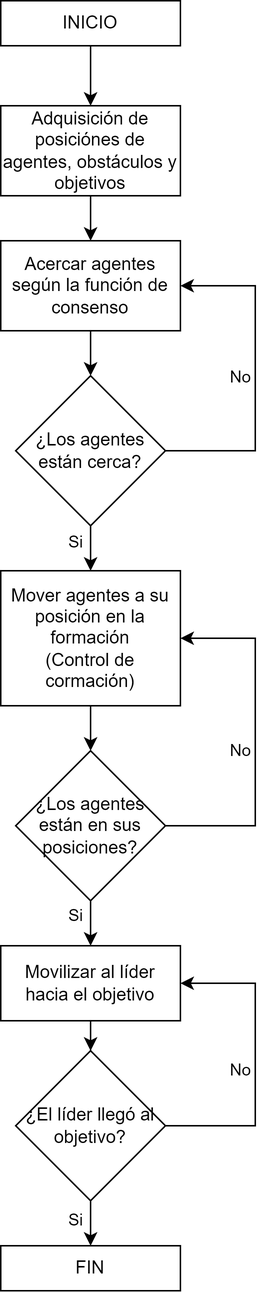
gerardopf/tesis-gerardo keeps this draw.io diagram as tesis_escrito/plantilla-tesis-uvg-2019-v5/figuras/optimizacion/diagrama_supervisor.png. Above is the earlier version. Source tidied: cells renumbered, new cells last; positions are measured from the earlier drawing's top-left corner, leaving out a move shared by most shapes.
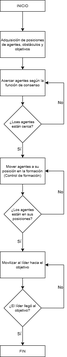
Above is the later version.

What changed in the source:
```diff
@@ -2,107 +2,110 @@
   <root>
     <mxCell id="0" />
     <mxCell id="1" parent="0" />
-    <mxCell id="2" style="edgeStyle=orthogonalEdgeStyle;rounded=0;jettySize=auto;html=1;entryX=0.5;entryY=0;entryDx=0;entryDy=0;" parent="1" edge="1" source="3" target="5">
-      <mxGeometry relative="1" as="geometry" />
-    </mxCell>
+    <mxCell id="27" style="edgeStyle=orthogonalEdgeStyle;rounded=0;jettySize=auto;html=1;entryX=0.5;entryY=0;entryDx=0;entryDy=0;" parent="1" edge="1" source="3" target="34">
+      <mxGeometry relative="1" as="geometry" />
+    </mxCell>
-    <mxCell id="3" value="INICIO" style="rounded=0;whiteSpace=wrap;html=1;" parent="1" vertex="1">
+    <mxCell id="3" value="INICIO" style="rounded=0;whiteSpace=wrap;html=1;fontSize=10;" parent="1" vertex="1">
       <mxGeometry width="120" height="30" as="geometry" />
     </mxCell>
-    <mxCell id="4" style="edgeStyle=orthogonalEdgeStyle;rounded=0;jettySize=auto;html=1;exitX=0.5;exitY=1;exitDx=0;exitDy=0;" parent="1" edge="1" source="5" target="7">
-      <mxGeometry relative="1" as="geometry" />
-    </mxCell>
-    <mxCell id="5" value="Adquisición de posiciónes de agentes, obstáculos y objetivos" style="rounded=0;whiteSpace=wrap;html=1;" parent="1" vertex="1">
-      <mxGeometry y="70" width="120" height="60" as="geometry" />
-    </mxCell>
-    <mxCell id="6" style="edgeStyle=orthogonalEdgeStyle;rounded=0;jettySize=auto;html=1;exitX=0.5;exitY=1;exitDx=0;exitDy=0;entryX=0.5;entryY=0;entryDx=0;entryDy=0;" parent="1" edge="1" source="7" target="12">
-      <mxGeometry relative="1" as="geometry" />
-    </mxCell>
+    <mxCell id="28" style="edgeStyle=orthogonalEdgeStyle;rounded=0;jettySize=auto;html=1;exitX=0.5;exitY=1;exitDx=0;exitDy=0;entryX=0.5;entryY=0;entryDx=0;entryDy=0;" parent="1" edge="1" source="32" target="37">
+      <mxGeometry relative="1" as="geometry" />
+    </mxCell>
+    <mxCell id="29" value="Sí" style="edgeLabel;html=1;align=center;verticalAlign=middle;" parent="28" vertex="1">
+      <mxGeometry x="-0.2" relative="1" as="geometry">
+        <mxPoint x="-10" as="offset" />
+      </mxGeometry>
+    </mxCell>
+    <mxCell id="30" style="edgeStyle=orthogonalEdgeStyle;rounded=0;jettySize=auto;html=1;exitX=1;exitY=0.5;exitDx=0;exitDy=0;entryX=1;entryY=0.5;entryDx=0;entryDy=0;" parent="1" edge="1" source="32" target="7">
+      <mxGeometry relative="1" as="geometry">
+        <Array as="points">
+          <mxPoint x="170" y="330" />
+          <mxPoint x="170" y="220" />
+        </Array>
+      </mxGeometry>
+    </mxCell>
+    <mxCell id="31" value="No" style="edgeLabel;html=1;align=center;verticalAlign=middle;" parent="30" vertex="1">
+      <mxGeometry x="0.07" y="-1" relative="1" as="geometry">
+        <mxPoint x="-11" as="offset" />
+      </mxGeometry>
+    </mxCell>
+    <mxCell id="32" value="&lt;font style=&quot;font-size: 10px;&quot;&gt;¿Loas agentes&amp;nbsp;&lt;/font&gt;&lt;div&gt;&lt;font style=&quot;font-size: 10px;&quot;&gt;están cerca?&lt;/font&gt;&lt;/div&gt;" style="rhombus;whiteSpace=wrap;html=1;fontSize=10;spacing=2;spacingLeft=0;" parent="1" vertex="1">
+      <mxGeometry x="10" y="280" width="100" height="100" as="geometry" />
+    </mxCell>
+    <mxCell id="33" style="edgeStyle=orthogonalEdgeStyle;rounded=0;jettySize=auto;html=1;exitX=0.5;exitY=1;exitDx=0;exitDy=0;entryX=0.5;entryY=0;entryDx=0;entryDy=0;" parent="1" edge="1" source="34" target="7">
+      <mxGeometry relative="1" as="geometry" />
+    </mxCell>
+    <mxCell id="34" value="Adquisición de posiciones de agentes, obstáculos y objetivos" style="rounded=0;whiteSpace=wrap;html=1;fontSize=10;" parent="1" vertex="1">
+      <mxGeometry y="83" width="120" height="70" as="geometry" />
+    </mxCell>
+    <mxCell id="26" value="FIN" style="rounded=0;whiteSpace=wrap;html=1;fontSize=10;" parent="1" vertex="1">
+      <mxGeometry y="920" width="120" height="30" as="geometry" />
+    </mxCell>
+    <mxCell id="35" style="edgeStyle=orthogonalEdgeStyle;rounded=0;jettySize=auto;html=1;exitX=0.5;exitY=1;exitDx=0;exitDy=0;entryX=0.5;entryY=0;entryDx=0;entryDy=0;" parent="1" edge="1" source="7" target="32">
+      <mxGeometry relative="1" as="geometry" />
+    </mxCell>
-    <mxCell id="7" value="Acercar agentes según la función de consenso" style="rounded=0;whiteSpace=wrap;html=1;" parent="1" vertex="1">
-      <mxGeometry y="160" width="120" height="60" as="geometry" />
+    <mxCell id="7" value="Acercar agentes según la función de consenso" style="rounded=0;whiteSpace=wrap;html=1;fontSize=10;" parent="1" vertex="1">
+      <mxGeometry y="185" width="120" height="70" as="geometry" />
     </mxCell>
-    <mxCell id="8" style="edgeStyle=orthogonalEdgeStyle;rounded=0;jettySize=auto;html=1;exitX=0.5;exitY=1;exitDx=0;exitDy=0;entryX=0.5;entryY=0;entryDx=0;entryDy=0;" parent="1" edge="1" source="12" target="14">
-      <mxGeometry relative="1" as="geometry" />
-    </mxCell>
-    <mxCell id="9" value="Si" style="edgeLabel;html=1;align=center;verticalAlign=middle;" parent="8" vertex="1">
-      <mxGeometry x="-0.27" y="-2" relative="1" as="geometry">
-        <mxPoint x="-8" as="offset" />
-      </mxGeometry>
-    </mxCell>
-    <mxCell id="10" style="edgeStyle=orthogonalEdgeStyle;rounded=0;jettySize=auto;html=1;entryX=1;entryY=0.5;entryDx=0;entryDy=0;" parent="1" edge="1" source="12" target="7">
-      <mxGeometry relative="1" as="geometry">
-        <Array as="points">
-          <mxPoint x="170" y="300" />
-          <mxPoint x="170" y="190" />
-        </Array>
-      </mxGeometry>
-    </mxCell>
-    <mxCell id="11" value="No" style="edgeLabel;html=1;align=center;verticalAlign=middle;" parent="10" vertex="1">
-      <mxGeometry x="-0.02" y="-1" relative="1" as="geometry">
-        <mxPoint x="-11" y="-2" as="offset" />
-      </mxGeometry>
-    </mxCell>
-    <mxCell id="12" value="¿Los agentes están cerca?" style="rhombus;whiteSpace=wrap;html=1;" parent="1" vertex="1">
-      <mxGeometry x="10" y="250" width="100" height="100" as="geometry" />
-    </mxCell>
-    <mxCell id="13" style="edgeStyle=orthogonalEdgeStyle;rounded=0;jettySize=auto;html=1;exitX=0.5;exitY=1;exitDx=0;exitDy=0;" parent="1" edge="1" source="14" target="18">
-      <mxGeometry relative="1" as="geometry" />
-    </mxCell>
-    <mxCell id="14" value="Mover agentes a su posición en la formación&lt;div&gt;(Control de cormación)&lt;/div&gt;" style="rounded=0;whiteSpace=wrap;html=1;" parent="1" vertex="1">
-      <mxGeometry y="380" width="120" height="90" as="geometry" />
-    </mxCell>
+    <mxCell id="36" style="edgeStyle=orthogonalEdgeStyle;rounded=0;jettySize=auto;html=1;exitX=0.5;exitY=1;exitDx=0;exitDy=0;entryX=0.5;entryY=0;entryDx=0;entryDy=0;" parent="1" edge="1" source="37" target="18">
+      <mxGeometry relative="1" as="geometry" />
+    </mxCell>
+    <mxCell id="37" value="Mover agentes a su posición en la formación (Control de formación)" style="rounded=0;whiteSpace=wrap;html=1;fontSize=10;" parent="1" vertex="1">
+      <mxGeometry y="420" width="120" height="70" as="geometry" />
+    </mxCell>
-    <mxCell id="15" value="Si" style="edgeStyle=orthogonalEdgeStyle;rounded=0;jettySize=auto;html=1;exitX=0.5;exitY=1;exitDx=0;exitDy=0;" parent="1" edge="1" source="18" target="20">
-      <mxGeometry x="-0.6" y="-10" relative="1" as="geometry" />
+    <mxCell id="15" style="edgeStyle=orthogonalEdgeStyle;rounded=0;jettySize=auto;html=1;exitX=0.5;exitY=1;exitDx=0;exitDy=0;entryX=0.5;entryY=0;entryDx=0;entryDy=0;" parent="1" edge="1" source="18" target="20">
+      <mxGeometry relative="1" as="geometry" />
     </mxCell>
-    <mxCell id="16" style="edgeStyle=orthogonalEdgeStyle;rounded=0;jettySize=auto;html=1;exitX=1;exitY=0.5;exitDx=0;exitDy=0;entryX=1;entryY=0.5;entryDx=0;entryDy=0;" parent="1" edge="1" source="18" target="14">
-      <mxGeometry relative="1" as="geometry">
-        <Array as="points">
-          <mxPoint x="170" y="550" />
-          <mxPoint x="170" y="425" />
-        </Array>
-      </mxGeometry>
-    </mxCell>
-    <mxCell id="17" value="No" style="edgeLabel;html=1;align=center;verticalAlign=middle;" parent="16" vertex="1">
-      <mxGeometry x="-0.06" y="2" relative="1" as="geometry">
-        <mxPoint x="-8" as="offset" />
-      </mxGeometry>
-    </mxCell>
+    <mxCell id="38" value="Sí" style="edgeLabel;html=1;align=center;verticalAlign=middle;" parent="15" vertex="1">
+      <mxGeometry x="-0.12" relative="1" as="geometry">
+        <mxPoint x="-10" as="offset" />
+      </mxGeometry>
+    </mxCell>
+    <mxCell id="39" style="edgeStyle=orthogonalEdgeStyle;rounded=0;jettySize=auto;html=1;exitX=1;exitY=0.5;exitDx=0;exitDy=0;entryX=1;entryY=0.5;entryDx=0;entryDy=0;" parent="1" edge="1" source="18" target="37">
+      <mxGeometry relative="1" as="geometry">
+        <Array as="points">
+          <mxPoint x="170" y="570" />
+          <mxPoint x="170" y="455" />
+        </Array>
+      </mxGeometry>
+    </mxCell>
+    <mxCell id="40" value="No" style="edgeLabel;html=1;align=center;verticalAlign=middle;" parent="39" vertex="1">
+      <mxGeometry x="0.06" y="3" relative="1" as="geometry">
+        <mxPoint x="-7" as="offset" />
+      </mxGeometry>
+    </mxCell>
-    <mxCell id="18" value="¿Los agentes están en sus posiciones?" style="rhombus;whiteSpace=wrap;html=1;" parent="1" vertex="1">
-      <mxGeometry x="10" y="500" width="100" height="100" as="geometry" />
+    <mxCell id="18" value="¿Los agentes&lt;div&gt;están&amp;nbsp;&lt;span style=&quot;background-color: initial;&quot;&gt;en sus posiciones?&lt;/span&gt;&lt;/div&gt;" style="rhombus;whiteSpace=wrap;html=1;fontSize=10;spacing=2;spacingLeft=0;" parent="1" vertex="1">
+      <mxGeometry x="10" y="520" width="100" height="100" as="geometry" />
     </mxCell>
-    <mxCell id="19" style="edgeStyle=orthogonalEdgeStyle;rounded=0;jettySize=auto;html=1;exitX=0.5;exitY=1;exitDx=0;exitDy=0;" parent="1" edge="1" source="20" target="25">
+    <mxCell id="19" style="edgeStyle=orthogonalEdgeStyle;rounded=0;jettySize=auto;html=1;entryX=0.5;entryY=0;entryDx=0;entryDy=0;" parent="1" edge="1" source="20" target="25">
       <mxGeometry relative="1" as="geometry" />
     </mxCell>
-    <mxCell id="20" value="Movilizar al líder hacia el objetivo" style="rounded=0;whiteSpace=wrap;html=1;" parent="1" vertex="1">
-      <mxGeometry y="630" width="120" height="50" as="geometry" />
+    <mxCell id="20" value="Movilizar al líder hacia el objetivo" style="rounded=0;whiteSpace=wrap;html=1;fontSize=10;" parent="1" vertex="1">
+      <mxGeometry y="670" width="120" height="70" as="geometry" />
     </mxCell>
-    <mxCell id="21" style="edgeStyle=orthogonalEdgeStyle;rounded=0;jettySize=auto;html=1;exitX=0.5;exitY=1;exitDx=0;exitDy=0;entryX=0.5;entryY=0;entryDx=0;entryDy=0;" parent="1" edge="1" source="25">
-      <mxGeometry relative="1" as="geometry">
-        <mxPoint x="60" y="830" as="targetPoint" />
-      </mxGeometry>
-    </mxCell>
-    <mxCell id="22" value="Si" style="edgeLabel;html=1;align=center;verticalAlign=middle;" parent="21" vertex="1">
-      <mxGeometry x="-0.15" y="3" relative="1" as="geometry">
-        <mxPoint x="-13" as="offset" />
-      </mxGeometry>
-    </mxCell>
+    <mxCell id="41" style="edgeStyle=orthogonalEdgeStyle;rounded=0;jettySize=auto;html=1;entryX=0.5;entryY=0;entryDx=0;entryDy=0;" parent="1" edge="1" source="25" target="26">
+      <mxGeometry relative="1" as="geometry" />
+    </mxCell>
+    <mxCell id="42" value="Sí" style="edgeLabel;html=1;align=center;verticalAlign=middle;" parent="41" vertex="1">
+      <mxGeometry x="-0.28" relative="1" as="geometry">
+        <mxPoint x="-10" as="offset" />
+      </mxGeometry>
+    </mxCell>
-    <mxCell id="23" style="edgeStyle=orthogonalEdgeStyle;rounded=0;jettySize=auto;html=1;entryX=1;entryY=0.5;entryDx=0;entryDy=0;" parent="1" edge="1" source="25" target="20">
+    <mxCell id="23" style="edgeStyle=orthogonalEdgeStyle;rounded=0;jettySize=auto;html=1;exitX=1;exitY=0.5;exitDx=0;exitDy=0;entryX=1;entryY=0.5;entryDx=0;entryDy=0;" parent="1" edge="1" source="25" target="20">
       <mxGeometry relative="1" as="geometry">
         <Array as="points">
-          <mxPoint x="170" y="750" />
-          <mxPoint x="170" y="655" />
+          <mxPoint x="170" y="820" />
+          <mxPoint x="170" y="705" />
         </Array>
       </mxGeometry>
     </mxCell>
-    <mxCell id="24" value="No" style="edgeLabel;html=1;align=center;verticalAlign=middle;" parent="23" vertex="1">
-      <mxGeometry x="-0.07" y="-1" relative="1" as="geometry">
-        <mxPoint x="-11" y="-2" as="offset" />
-      </mxGeometry>
-    </mxCell>
+    <mxCell id="43" value="No" style="edgeLabel;html=1;align=center;verticalAlign=middle;" parent="23" vertex="1">
+      <mxGeometry x="0.03" y="4" relative="1" as="geometry">
+        <mxPoint x="-6" as="offset" />
+      </mxGeometry>
+    </mxCell>
-    <mxCell id="25" value="¿El líder llegó al objetivo?" style="rhombus;whiteSpace=wrap;html=1;" parent="1" vertex="1">
-      <mxGeometry x="10" y="700" width="100" height="100" as="geometry" />
+    <mxCell id="25" value="¿El líder llegó al&lt;div&gt;objetivo?&lt;/div&gt;" style="rhombus;whiteSpace=wrap;html=1;fontSize=10;spacing=2;spacingLeft=0;" parent="1" vertex="1">
+      <mxGeometry x="10" y="770" width="100" height="100" as="geometry" />
     </mxCell>
-    <mxCell id="26" value="FIN" style="rounded=0;whiteSpace=wrap;html=1;" parent="1" vertex="1">
-      <mxGeometry y="830" width="120" height="30" as="geometry" />
-    </mxCell>
   </root>
 </mxGraphModel>
```
